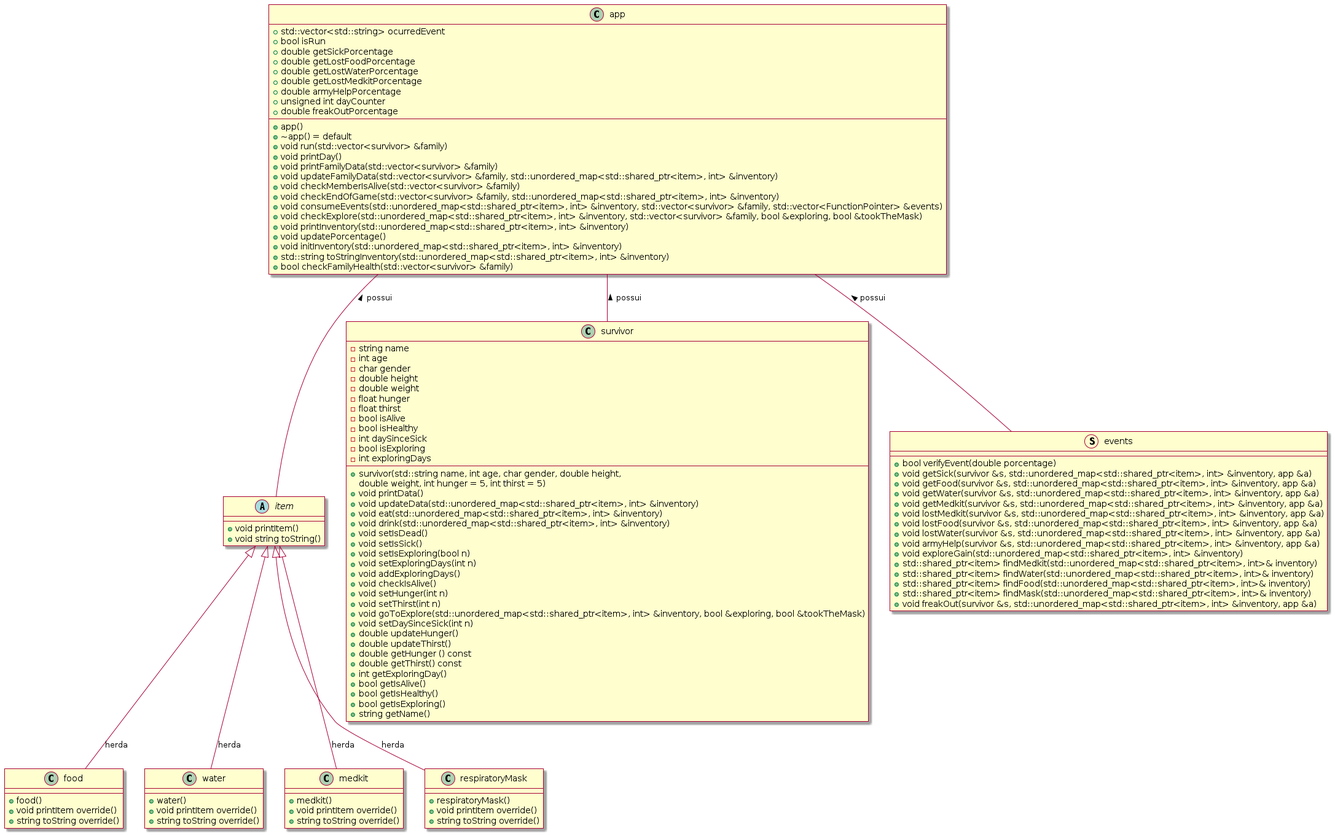
Above: OOP2/diagrama.png in yeanjy/BCC-IFC (PlantUML), before the change.
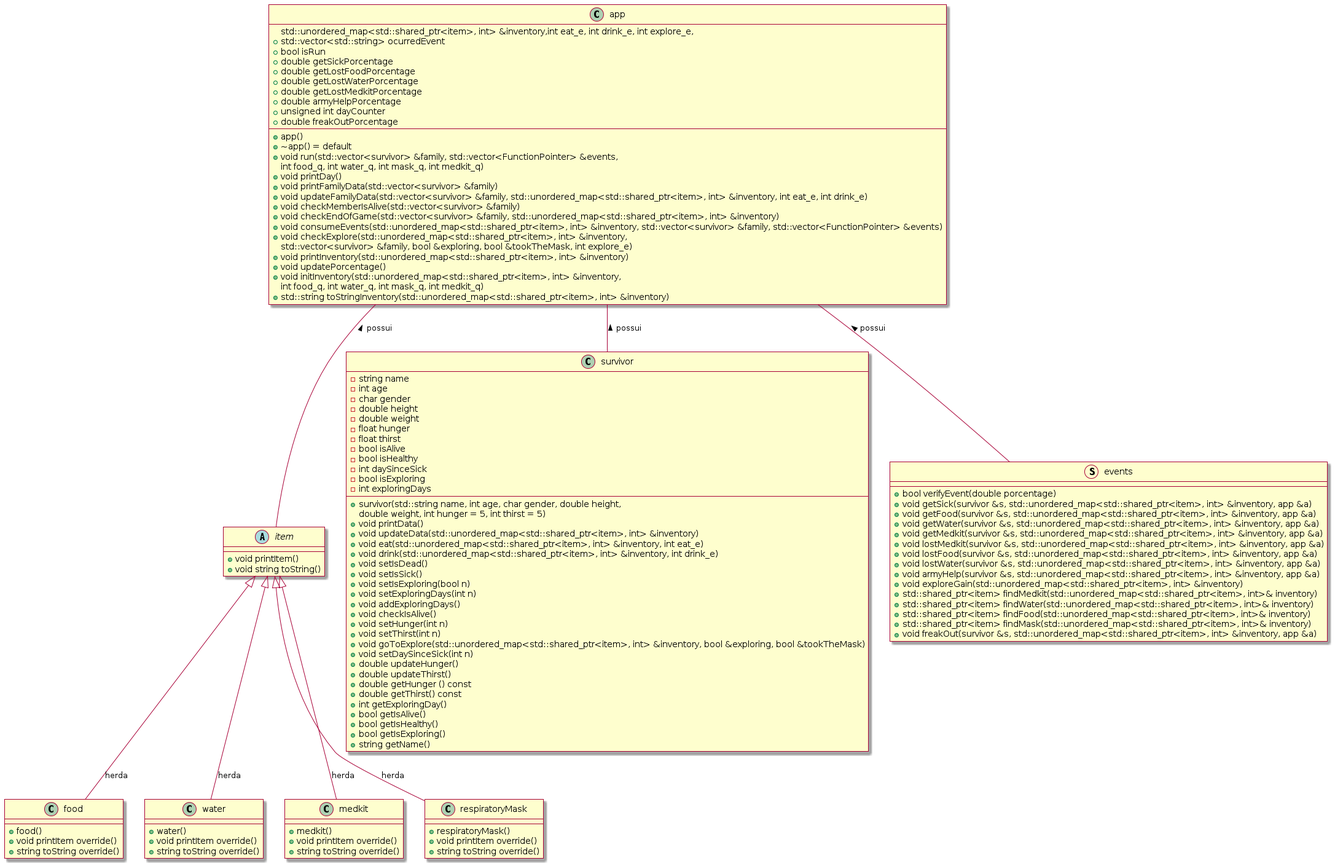
The same diagram one commit later.

Change to the diagram source:
```diff
@@ -55,8 +55,8 @@
           double weight, int hunger = 5, int thirst = 5)
   + void printData()
   + void updateData(std::unordered_map<std::shared_ptr<item>, int> &inventory)
-  + void eat(std::unordered_map<std::shared_ptr<item>, int> &inventory)
-  + void drink(std::unordered_map<std::shared_ptr<item>, int> &inventory)
+  + void eat(std::unordered_map<std::shared_ptr<item>, int> &inventory, int eat_e)
+  + void drink(std::unordered_map<std::shared_ptr<item>, int> &inventory, int drink_e)
   + void setIsDead()
   + void setIsSick()
   + void setIsExploring(bool n)
@@ -81,20 +81,23 @@
 class app{
   +app()
   +~app() = default
-  +void run(std::vector<survivor> &family)
+  +void run(std::vector<survivor> &family, std::vector<FunctionPointer> &events,
+              std::unordered_map<std::shared_ptr<item>, int> &inventory,int eat_e, int drink_e, int explore_e,
+              int food_q, int water_q, int mask_q, int medkit_q)
   +void printDay()
   +void printFamilyData(std::vector<survivor> &family)
-  +void updateFamilyData(std::vector<survivor> &family, std::unordered_map<std::shared_ptr<item>, int> &inventory)
+  +void updateFamilyData(std::vector<survivor> &family, std::unordered_map<std::shared_ptr<item>, int> &inventory, int eat_e, int drink_e)
   +void checkMemberIsAlive(std::vector<survivor> &family)
   +void checkEndOfGame(std::vector<survivor> &family, std::unordered_map<std::shared_ptr<item>, int> &inventory)
   +void consumeEvents(std::unordered_map<std::shared_ptr<item>, int> &inventory, std::vector<survivor> &family, std::vector<FunctionPointer> &events)
-  +void checkExplore(std::unordered_map<std::shared_ptr<item>, int> &inventory, std::vector<survivor> &family, bool &exploring, bool &tookTheMask)
+  +void checkExplore(std::unordered_map<std::shared_ptr<item>, int> &inventory,
+                    std::vector<survivor> &family, bool &exploring, bool &tookTheMask, int explore_e)
   +void printInventory(std::unordered_map<std::shared_ptr<item>, int> &inventory)
   +void updatePorcentage()
-  +void initInventory(std::unordered_map<std::shared_ptr<item>, int> &inventory)
+  +void initInventory(std::unordered_map<std::shared_ptr<item>, int> &inventory,
+                        int food_q, int water_q, int mask_q, int medkit_q)
   +std::string toStringInventory(std::unordered_map<std::shared_ptr<item>, int> &inventory)
   +std::vector<std::string> ocurredEvent
-  +bool checkFamilyHealth(std::vector<survivor> &family)
   +bool isRun
   +double getSickPorcentage
   +double getLostFoodPorcentage
```
